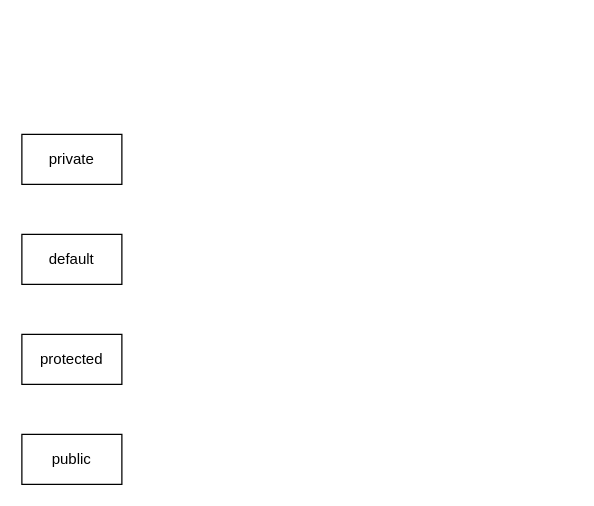
Before: POO/encapsulamento_Java.drawio in mateus-s-a/IFMT_Eng_Computacao, a draw.io diagram. Source tidied: cells renumbered, new cells numbered last; positions are measured from the earlier drawing's top-left corner, leaving out a move shared by most shapes. Both pictures are drawn from the tidied source at 125%, with x=0, y=0 at pixel (21, 134).
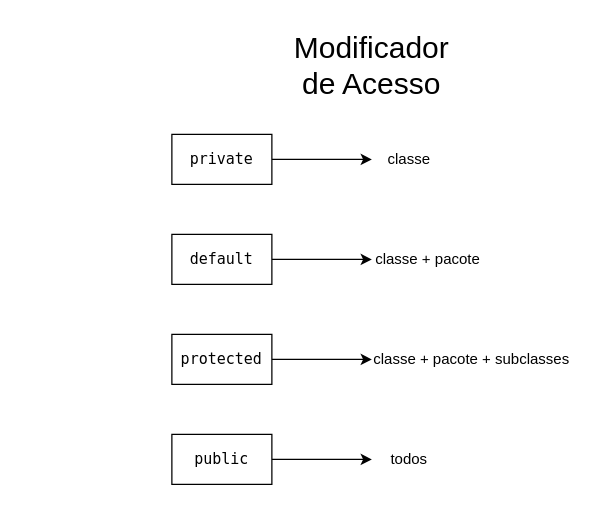
Above is the later version.

Change to the diagram source:
```diff
@@
 <mxGraphModel>
   <root>
     <mxCell id="0" />
     <mxCell id="1" parent="0" />
+    <mxCell id="6" value="Modificador de Acesso" style="text;strokeColor=none;align=center;fillColor=none;html=1;verticalAlign=middle;whiteSpace=wrap;rounded=0;fontSize=24;" parent="1" vertex="1">
+      <mxGeometry x="215" y="-90" width="130" height="70" as="geometry" />
+    </mxCell>
+    <mxCell id="7" style="group;" parent="1" vertex="1">
+      <mxGeometry x="120" width="320" height="280" as="geometry" />
+    </mxCell>
+    <mxCell id="8" style="edgeStyle=orthogonalEdgeStyle;rounded=0;jettySize=auto;html=1;" parent="7" edge="1" source="2" target="12">
+      <mxGeometry relative="1" as="geometry" />
+    </mxCell>
-    <mxCell id="2" value="private" style="rounded=0;whiteSpace=wrap;html=1;" parent="1" vertex="1">
+    <mxCell id="2" value="private" style="rounded=0;whiteSpace=wrap;html=1;fontFamily=Lucida Console;" parent="7" vertex="1">
       <mxGeometry width="80" height="40" as="geometry" />
     </mxCell>
+    <mxCell id="9" style="edgeStyle=orthogonalEdgeStyle;rounded=0;jettySize=auto;html=1;" parent="7" edge="1" source="3" target="13">
+      <mxGeometry relative="1" as="geometry" />
+    </mxCell>
-    <mxCell id="3" value="default" style="rounded=0;whiteSpace=wrap;html=1;" parent="1" vertex="1">
+    <mxCell id="3" value="default" style="rounded=0;whiteSpace=wrap;html=1;fontFamily=Lucida Console;" parent="7" vertex="1">
       <mxGeometry y="80" width="80" height="40" as="geometry" />
     </mxCell>
+    <mxCell id="10" style="edgeStyle=orthogonalEdgeStyle;rounded=0;jettySize=auto;html=1;" parent="7" edge="1" source="4" target="14">
+      <mxGeometry relative="1" as="geometry" />
+    </mxCell>
-    <mxCell id="4" value="protected" style="rounded=0;whiteSpace=wrap;html=1;" parent="1" vertex="1">
+    <mxCell id="4" value="protected" style="rounded=0;whiteSpace=wrap;html=1;fontFamily=Lucida Console;" parent="7" vertex="1">
       <mxGeometry y="160" width="80" height="40" as="geometry" />
     </mxCell>
+    <mxCell id="11" style="edgeStyle=orthogonalEdgeStyle;rounded=0;jettySize=auto;html=1;" parent="7" edge="1" source="5" target="15">
+      <mxGeometry relative="1" as="geometry" />
+    </mxCell>
-    <mxCell id="5" value="public" style="rounded=0;whiteSpace=wrap;html=1;" parent="1" vertex="1">
+    <mxCell id="5" value="public" style="rounded=0;whiteSpace=wrap;html=1;fontFamily=Lucida Console;" parent="7" vertex="1">
       <mxGeometry y="240" width="80" height="40" as="geometry" />
     </mxCell>
+    <mxCell id="12" value="classe" style="text;strokeColor=none;align=center;fillColor=none;html=1;verticalAlign=middle;whiteSpace=wrap;rounded=0;" parent="7" vertex="1">
+      <mxGeometry x="160" y="5" width="60" height="30" as="geometry" />
+    </mxCell>
+    <mxCell id="13" value="classe + pacote" style="text;strokeColor=none;align=center;fillColor=none;html=1;verticalAlign=middle;whiteSpace=wrap;rounded=0;" parent="7" vertex="1">
+      <mxGeometry x="160" y="85" width="90" height="30" as="geometry" />
+    </mxCell>
+    <mxCell id="14" value="classe + pacote + subclasses" style="text;strokeColor=none;align=center;fillColor=none;html=1;verticalAlign=middle;whiteSpace=wrap;rounded=0;" parent="7" vertex="1">
+      <mxGeometry x="160" y="165" width="160" height="30" as="geometry" />
+    </mxCell>
+    <mxCell id="15" value="todos" style="text;strokeColor=none;align=center;fillColor=none;html=1;verticalAlign=middle;whiteSpace=wrap;rounded=0;" parent="7" vertex="1">
+      <mxGeometry x="160" y="245" width="60" height="30" as="geometry" />
+    </mxCell>
   </root>
 </mxGraphModel>
```
